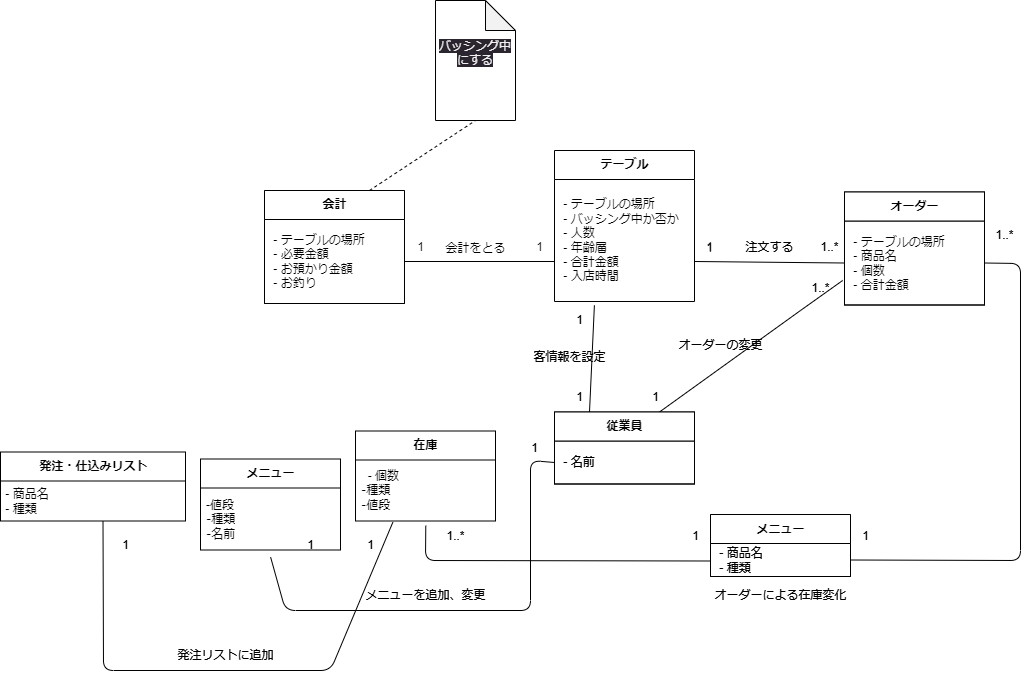
The draw.io diagram psp4/クラス図/クラス図_統合版.drawio.png in MasakiHiguchi/---, before a commit. Source tidied: cells renumbered, new cells last; positions are measured from the earlier drawing's top-left corner, leaving out a move shared by most shapes.
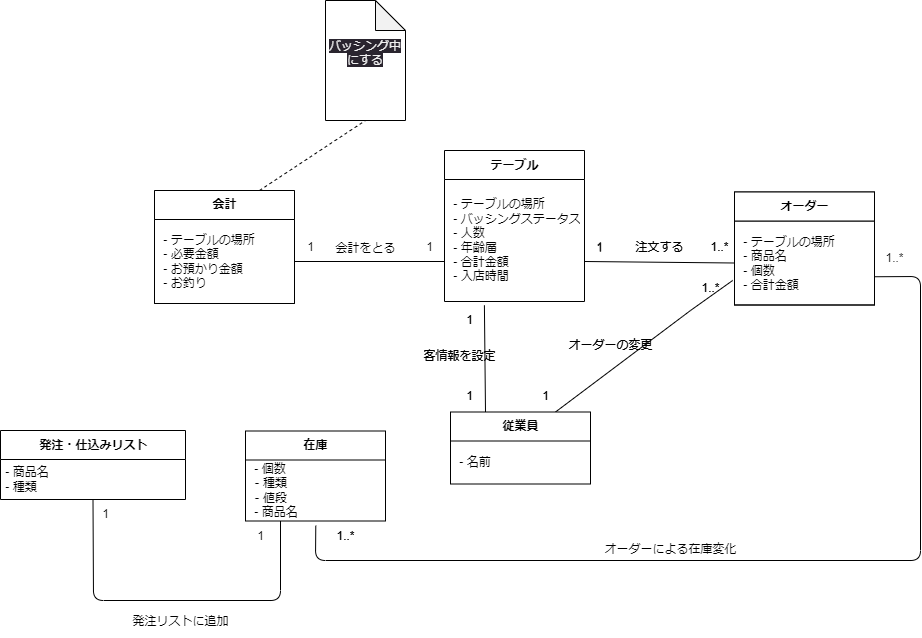
The same diagram one commit later.

The edit, as a diff of the source:
```diff
@@ -5,7 +5,7 @@
     <mxCell id="2" value="テーブル" style="swimlane;fontStyle=1;align=center;verticalAlign=middle;horizontal=1;startSize=29;html=1;" parent="1" vertex="1">
       <mxGeometry x="554" y="150" width="140" height="151" as="geometry" />
     </mxCell>
-    <mxCell id="3" value="&amp;nbsp;- テーブルの場所&lt;br&gt;&amp;nbsp;- バッシング中か否か&lt;br&gt;&amp;nbsp;- 人数&lt;br&gt;&amp;nbsp;- 年齢層&lt;br&gt;&amp;nbsp;- 合計金額&lt;br&gt;&amp;nbsp;- 入店時間" style="text;html=1;strokeColor=none;fillColor=none;align=left;verticalAlign=middle;spacingLeft=4;spacingRight=4;overflow=hidden;points=[[0,0.5],[1,0.5]];portConstraint=eastwest;" parent="2" vertex="1">
+    <mxCell id="3" value="&amp;nbsp;- テーブルの場所&lt;br&gt;&amp;nbsp;- バッシングステータス&lt;br&gt;&amp;nbsp;- 人数&lt;br&gt;&amp;nbsp;- 年齢層&lt;br&gt;&amp;nbsp;- 合計金額&lt;br&gt;&amp;nbsp;- 入店時間" style="text;html=1;strokeColor=none;fillColor=none;align=left;verticalAlign=middle;spacingLeft=4;spacingRight=4;overflow=hidden;points=[[0,0.5],[1,0.5]];portConstraint=eastwest;" parent="2" vertex="1">
       <mxGeometry y="29" width="140" height="122" as="geometry" />
     </mxCell>
     <mxCell id="4" value="オーダー" style="swimlane;fontStyle=1;align=center;verticalAlign=middle;horizontal=1;startSize=29;html=1;" parent="1" vertex="1">
@@ -35,7 +35,7 @@
       </mxGeometry>
     </mxCell>
     <mxCell id="11" value="従業員" style="swimlane;fontStyle=1;align=center;verticalAlign=middle;horizontal=1;startSize=29;html=1;" parent="1" vertex="1">
-      <mxGeometry x="554" y="411.5" width="140" height="72" as="geometry" />
+      <mxGeometry x="560" y="411.5" width="140" height="72" as="geometry" />
     </mxCell>
     <mxCell id="12" value="&amp;nbsp;- 名前" style="text;html=1;strokeColor=none;fillColor=none;align=left;verticalAlign=middle;spacingLeft=4;spacingRight=4;overflow=hidden;points=[[0,0.5],[1,0.5]];portConstraint=eastwest;" parent="11" vertex="1">
       <mxGeometry y="29" width="140" height="43" as="geometry" />
@@ -49,21 +49,6 @@
     <mxCell id="15" value="客情報を設定" style="text;html=1;align=center;verticalAlign=middle;strokeColor=none;fillColor=none;" parent="1" vertex="1">
       <mxGeometry x="519" y="341.5" width="100" height="30" as="geometry" />
     </mxCell>
-    <mxCell id="16" value="メニュー" style="swimlane;fontStyle=1;align=center;verticalAlign=middle;horizontal=1;startSize=29;html=1;" parent="1" vertex="1">
-      <mxGeometry x="200" y="458.5" width="140" height="91" as="geometry" />
-    </mxCell>
-    <mxCell id="17" value="-値段&lt;br&gt;‐種類&lt;br&gt;‐名前" style="text;html=1;strokeColor=none;fillColor=none;align=left;verticalAlign=middle;spacingLeft=4;spacingRight=4;overflow=hidden;points=[[0,0.5],[1,0.5]];portConstraint=eastwest;" parent="16" vertex="1">
-      <mxGeometry y="29" width="140" height="62" as="geometry" />
-    </mxCell>
-    <mxCell id="18" value="1" style="text;html=1;align=center;verticalAlign=middle;strokeColor=none;fillColor=none;" parent="1" vertex="1">
-      <mxGeometry x="519" y="432.5" width="30" height="30" as="geometry" />
-    </mxCell>
-    <mxCell id="19" value="1" style="text;html=1;align=center;verticalAlign=middle;strokeColor=none;fillColor=none;" parent="1" vertex="1">
-      <mxGeometry x="295" y="530" width="30" height="30" as="geometry" />
-    </mxCell>
-    <mxCell id="20" value="メニューを追加、変更" style="text;html=1;align=center;verticalAlign=middle;strokeColor=none;fillColor=none;" parent="1" vertex="1">
-      <mxGeometry x="355" y="580" width="140" height="30" as="geometry" />
-    </mxCell>
     <mxCell id="21" value="会計" style="swimlane;fontStyle=1;align=center;verticalAlign=middle;horizontal=1;startSize=29;html=1;" parent="1" vertex="1">
       <mxGeometry x="264" y="190" width="140" height="113" as="geometry" />
     </mxCell>
@@ -88,72 +73,40 @@
     <mxCell id="28" value="オーダーの変更" style="text;html=1;align=center;verticalAlign=middle;strokeColor=none;fillColor=none;" parent="1" vertex="1">
       <mxGeometry x="665" y="330" width="110" height="30" as="geometry" />
     </mxCell>
-    <mxCell id="29" value="オーダーによる在庫変化" style="text;html=1;align=center;verticalAlign=middle;strokeColor=none;fillColor=none;" parent="1" vertex="1">
-      <mxGeometry x="700" y="580" width="160" height="30" as="geometry" />
-    </mxCell>
+    <mxCell id="77" style="edgeStyle=none;html=1;exitX=0.25;exitY=1;exitDx=0;exitDy=0;entryX=0.5;entryY=1;entryDx=0;entryDy=0;endArrow=none;endFill=0;" parent="1" edge="1" source="30" target="41">
+      <mxGeometry relative="1" as="geometry">
+        <Array as="points">
+          <mxPoint x="390" y="600" />
+          <mxPoint x="203" y="600" />
+        </Array>
+      </mxGeometry>
+    </mxCell>
     <mxCell id="30" value="在庫" style="swimlane;fontStyle=1;align=center;verticalAlign=middle;horizontal=1;startSize=29;html=1;" parent="1" vertex="1">
       <mxGeometry x="355" y="430.5" width="140" height="90" as="geometry" />
     </mxCell>
-    <mxCell id="31" value="&amp;nbsp;&amp;nbsp;- 個数&lt;br&gt;‐種類&lt;br&gt;‐値段" style="text;html=1;strokeColor=none;fillColor=none;align=left;verticalAlign=middle;spacingLeft=4;spacingRight=4;overflow=hidden;points=[[0,0.5],[1,0.5]];portConstraint=eastwest;" parent="30" vertex="1">
+    <mxCell id="31" value="&amp;nbsp;- 個数&lt;br&gt;&amp;nbsp;‐ 種類&lt;br&gt;&amp;nbsp;‐ 値段&lt;br&gt;&amp;nbsp;- 商品名" style="text;html=1;strokeColor=none;fillColor=none;align=left;verticalAlign=middle;spacingLeft=4;spacingRight=4;overflow=hidden;points=[[0,0.5],[1,0.5]];portConstraint=eastwest;" parent="30" vertex="1">
       <mxGeometry y="29" width="140" height="61" as="geometry" />
     </mxCell>
-    <mxCell id="32" style="edgeStyle=none;html=1;exitX=0;exitY=0.5;exitDx=0;exitDy=0;entryX=0.501;entryY=1.117;entryDx=0;entryDy=0;entryPerimeter=0;endArrow=none;endFill=0;" parent="1" edge="1" source="12" target="17">
-      <mxGeometry relative="1" as="geometry">
-        <Array as="points">
-          <mxPoint x="530" y="460" />
-          <mxPoint x="530" y="610" />
-          <mxPoint x="285" y="610" />
-        </Array>
-      </mxGeometry>
-    </mxCell>
-    <mxCell id="33" style="edgeStyle=none;html=1;exitX=0;exitY=0.75;exitDx=0;exitDy=0;entryX=0.502;entryY=1.077;entryDx=0;entryDy=0;entryPerimeter=0;endArrow=none;endFill=0;" parent="1" edge="1" source="34" target="31">
+    <mxCell id="33" style="edgeStyle=none;html=1;exitX=1;exitY=0.75;exitDx=0;exitDy=0;entryX=0.502;entryY=1.077;entryDx=0;entryDy=0;entryPerimeter=0;endArrow=none;endFill=0;" parent="1" edge="1" source="47" target="31">
       <mxGeometry relative="1" as="geometry">
         <Array as="points">
+          <mxPoint x="1030" y="276" />
+          <mxPoint x="1030" y="560" />
           <mxPoint x="425" y="560" />
         </Array>
       </mxGeometry>
     </mxCell>
-    <mxCell id="34" value="商品（親クラス）" style="swimlane;fontStyle=1;align=center;verticalAlign=middle;horizontal=1;startSize=29;html=1;" parent="1" vertex="1">
-      <mxGeometry x="710" y="514" width="140" height="62" as="geometry" />
-    </mxCell>
-    <mxCell id="35" value="&amp;nbsp;- 商品名&lt;br&gt;&amp;nbsp;- 種類" style="text;html=1;strokeColor=none;fillColor=none;align=left;verticalAlign=middle;spacingLeft=4;spacingRight=4;overflow=hidden;points=[[0,0.5],[1,0.5]];portConstraint=eastwest;" parent="34" vertex="1">
-      <mxGeometry y="29" width="140" height="33" as="geometry" />
-    </mxCell>
-    <mxCell id="36" style="edgeStyle=none;html=1;exitX=1;exitY=0.5;exitDx=0;exitDy=0;entryX=1;entryY=0.5;entryDx=0;entryDy=0;endArrow=none;endFill=0;" parent="1" edge="1" target="35">
-      <mxGeometry relative="1" as="geometry">
-        <mxPoint x="984" y="262.5" as="sourcePoint" />
-        <Array as="points">
-          <mxPoint x="1020" y="263" />
-          <mxPoint x="1020" y="560" />
-        </Array>
-      </mxGeometry>
-    </mxCell>
-    <mxCell id="37" value="1" style="text;html=1;align=center;verticalAlign=middle;strokeColor=none;fillColor=none;" parent="1" vertex="1">
-      <mxGeometry x="850" y="520.5" width="30" height="30" as="geometry" />
-    </mxCell>
-    <mxCell id="38" value="1" style="text;html=1;align=center;verticalAlign=middle;strokeColor=none;fillColor=none;" parent="1" vertex="1">
-      <mxGeometry x="680" y="520.5" width="30" height="30" as="geometry" />
-    </mxCell>
     <mxCell id="39" value="1..*" style="text;html=1;align=center;verticalAlign=middle;strokeColor=none;fillColor=none;" parent="1" vertex="1">
       <mxGeometry x="435" y="520.5" width="40" height="30" as="geometry" />
     </mxCell>
-    <mxCell id="40" value="1..*" style="text;html=1;align=center;verticalAlign=middle;strokeColor=none;fillColor=none;" parent="1" vertex="1">
-      <mxGeometry x="984" y="220" width="40" height="30" as="geometry" />
-    </mxCell>
     <mxCell id="41" value="発注・仕込みリスト" style="swimlane;fontStyle=1;align=center;verticalAlign=middle;horizontal=1;startSize=29;html=1;" parent="1" vertex="1">
-      <mxGeometry y="451.5" width="185" height="69" as="geometry" />
+      <mxGeometry x="110" y="430" width="185" height="69" as="geometry" />
     </mxCell>
     <mxCell id="42" value="&lt;span style=&quot;&quot;&gt;&amp;nbsp;- 商品名&lt;/span&gt;&lt;br style=&quot;&quot;&gt;&lt;div style=&quot;&quot;&gt;&lt;span style=&quot;background-color: initial;&quot;&gt;&amp;nbsp;- 種類&lt;/span&gt;&lt;/div&gt;" style="text;html=1;align=left;verticalAlign=middle;strokeColor=none;fillColor=none;" parent="41" vertex="1">
       <mxGeometry y="29" width="185" height="40" as="geometry" />
     </mxCell>
-    <mxCell id="43" value="1" style="text;html=1;align=center;verticalAlign=middle;strokeColor=none;fillColor=none;" parent="1" vertex="1">
-      <mxGeometry x="110" y="530" width="30" height="30" as="geometry" />
-    </mxCell>
-    <mxCell id="44" value="1" style="text;html=1;align=center;verticalAlign=middle;strokeColor=none;fillColor=none;" parent="1" vertex="1">
-      <mxGeometry x="355" y="530" width="30" height="30" as="geometry" />
-    </mxCell>
     <mxCell id="45" value="発注リストに追加" style="text;html=1;align=center;verticalAlign=middle;strokeColor=none;fillColor=none;" parent="1" vertex="1">
-      <mxGeometry x="165" y="640" width="120" height="30" as="geometry" />
+      <mxGeometry x="230" y="606" width="120" height="30" as="geometry" />
     </mxCell>
     <mxCell id="46" style="edgeStyle=none;html=1;exitX=1;exitY=0.5;exitDx=0;exitDy=0;entryX=0;entryY=0.5;entryDx=0;entryDy=0;endArrow=none;endFill=0;" parent="1" edge="1" target="5">
       <mxGeometry relative="1" as="geometry">
@@ -172,12 +125,6 @@
     <mxCell id="50" value="注文する" style="text;html=1;align=center;verticalAlign=middle;strokeColor=none;fillColor=none;" parent="1" vertex="1">
       <mxGeometry x="734" y="231.5" width="70" height="30" as="geometry" />
     </mxCell>
-    <mxCell id="51" value="従業員" style="swimlane;fontStyle=1;align=center;verticalAlign=middle;horizontal=1;startSize=29;html=1;" parent="1" vertex="1">
-      <mxGeometry x="554" y="411.5" width="140" height="72" as="geometry" />
-    </mxCell>
-    <mxCell id="52" value="&amp;nbsp;- 名前" style="text;html=1;strokeColor=none;fillColor=none;align=left;verticalAlign=middle;spacingLeft=4;spacingRight=4;overflow=hidden;" parent="51" vertex="1">
-      <mxGeometry y="29" width="140" height="43" as="geometry" />
-    </mxCell>
     <mxCell id="53" value="1" style="text;html=1;align=center;verticalAlign=middle;strokeColor=none;fillColor=none;" parent="1" vertex="1">
       <mxGeometry x="564" y="381.5" width="30" height="30" as="geometry" />
     </mxCell>
@@ -187,15 +134,6 @@
     <mxCell id="55" value="客情報を設定" style="text;html=1;align=center;verticalAlign=middle;strokeColor=none;fillColor=none;" parent="1" vertex="1">
       <mxGeometry x="519" y="341.5" width="100" height="30" as="geometry" />
     </mxCell>
-    <mxCell id="56" value="1" style="text;html=1;align=center;verticalAlign=middle;strokeColor=none;fillColor=none;" parent="1" vertex="1">
-      <mxGeometry x="519" y="432.5" width="30" height="30" as="geometry" />
-    </mxCell>
-    <mxCell id="57" value="1" style="text;html=1;align=center;verticalAlign=middle;strokeColor=none;fillColor=none;" parent="1" vertex="1">
-      <mxGeometry x="295" y="530" width="30" height="30" as="geometry" />
-    </mxCell>
-    <mxCell id="58" value="メニューを追加、変更" style="text;html=1;align=center;verticalAlign=middle;strokeColor=none;fillColor=none;" parent="1" vertex="1">
-      <mxGeometry x="355" y="580" width="140" height="30" as="geometry" />
-    </mxCell>
     <mxCell id="59" style="edgeStyle=none;html=1;exitX=0.75;exitY=0;exitDx=0;exitDy=0;entryX=0.5;entryY=1;entryDx=0;entryDy=0;entryPerimeter=0;endArrow=none;endFill=0;dashed=1;" parent="1" edge="1" source="60" target="76">
       <mxGeometry relative="1" as="geometry" />
     </mxCell>
@@ -218,45 +156,20 @@
       <mxGeometry x="665" y="330" width="110" height="30" as="geometry" />
     </mxCell>
     <mxCell id="65" value="オーダーによる在庫変化" style="text;html=1;align=center;verticalAlign=middle;strokeColor=none;fillColor=none;" parent="1" vertex="1">
-      <mxGeometry x="700" y="580" width="160" height="30" as="geometry" />
+      <mxGeometry x="700" y="534" width="160" height="30" as="geometry" />
     </mxCell>
-    <mxCell id="66" value="メニュー" style="swimlane;fontStyle=1;align=center;verticalAlign=middle;horizontal=1;startSize=29;html=1;" parent="1" vertex="1">
-      <mxGeometry x="710" y="514" width="140" height="62" as="geometry" />
-    </mxCell>
-    <mxCell id="67" value="&amp;nbsp;- 商品名&lt;br&gt;&amp;nbsp;- 種類" style="text;html=1;strokeColor=none;fillColor=none;align=left;verticalAlign=middle;spacingLeft=4;spacingRight=4;overflow=hidden;" parent="66" vertex="1">
-      <mxGeometry y="29" width="140" height="33" as="geometry" />
-    </mxCell>
-    <mxCell id="68" value="1" style="text;html=1;align=center;verticalAlign=middle;strokeColor=none;fillColor=none;" parent="1" vertex="1">
-      <mxGeometry x="850" y="520.5" width="30" height="30" as="geometry" />
-    </mxCell>
-    <mxCell id="69" value="1" style="text;html=1;align=center;verticalAlign=middle;strokeColor=none;fillColor=none;" parent="1" vertex="1">
-      <mxGeometry x="680" y="520.5" width="30" height="30" as="geometry" />
-    </mxCell>
     <mxCell id="70" value="1..*" style="text;html=1;align=center;verticalAlign=middle;strokeColor=none;fillColor=none;" parent="1" vertex="1">
       <mxGeometry x="435" y="520.5" width="40" height="30" as="geometry" />
     </mxCell>
     <mxCell id="71" value="1..*" style="text;html=1;align=center;verticalAlign=middle;strokeColor=none;fillColor=none;" parent="1" vertex="1">
-      <mxGeometry x="984" y="220" width="40" height="30" as="geometry" />
+      <mxGeometry x="984" y="243" width="40" height="30" as="geometry" />
     </mxCell>
-    <mxCell id="72" style="edgeStyle=none;html=1;exitX=0.267;exitY=1.036;exitDx=0;exitDy=0;exitPerimeter=0;entryX=0.5;entryY=1;entryDx=0;entryDy=0;endArrow=none;endFill=0;" parent="1" edge="1">
-      <mxGeometry relative="1" as="geometry">
-        <mxPoint x="392.4" y="521.7" as="sourcePoint" />
-        <mxPoint x="102.5" y="520.5" as="targetPoint" />
-        <Array as="points">
-          <mxPoint x="330" y="670" />
-          <mxPoint x="103" y="670" />
-        </Array>
-      </mxGeometry>
-    </mxCell>
     <mxCell id="73" value="1" style="text;html=1;align=center;verticalAlign=middle;strokeColor=none;fillColor=none;" parent="1" vertex="1">
-      <mxGeometry x="110" y="530" width="30" height="30" as="geometry" />
+      <mxGeometry x="200" y="499" width="30" height="30" as="geometry" />
     </mxCell>
     <mxCell id="74" value="1" style="text;html=1;align=center;verticalAlign=middle;strokeColor=none;fillColor=none;" parent="1" vertex="1">
-      <mxGeometry x="355" y="530" width="30" height="30" as="geometry" />
+      <mxGeometry x="355" y="520.5" width="30" height="30" as="geometry" />
     </mxCell>
-    <mxCell id="75" value="発注リストに追加" style="text;html=1;align=center;verticalAlign=middle;strokeColor=none;fillColor=none;" parent="1" vertex="1">
-      <mxGeometry x="165" y="640" width="120" height="30" as="geometry" />
-    </mxCell>
     <mxCell id="76" value="&#10;&lt;span style=&quot;color: rgb(240, 240, 240); font-family: Helvetica; font-size: 12px; font-style: normal; font-variant-ligatures: normal; font-variant-caps: normal; font-weight: 400; letter-spacing: normal; orphans: 2; text-align: center; text-indent: 0px; text-transform: none; widows: 2; word-spacing: 0px; -webkit-text-stroke-width: 0px; background-color: rgb(42, 37, 47); text-decoration-thickness: initial; text-decoration-style: initial; text-decoration-color: initial; float: none; display: inline !important;&quot;&gt;バッシング中&lt;/span&gt;&lt;br style=&quot;border-color: rgb(0, 0, 0); color: rgb(240, 240, 240); font-family: Helvetica; font-size: 12px; font-style: normal; font-variant-ligatures: normal; font-variant-caps: normal; font-weight: 400; letter-spacing: normal; orphans: 2; text-align: center; text-indent: 0px; text-transform: none; widows: 2; word-spacing: 0px; -webkit-text-stroke-width: 0px; background-color: rgb(42, 37, 47); text-decoration-thickness: initial; text-decoration-style: initial; text-decoration-color: initial;&quot;&gt;&lt;span style=&quot;color: rgb(240, 240, 240); font-family: Helvetica; font-size: 12px; font-style: normal; font-variant-ligatures: normal; font-variant-caps: normal; font-weight: 400; letter-spacing: normal; orphans: 2; text-align: center; text-indent: 0px; text-transform: none; widows: 2; word-spacing: 0px; -webkit-text-stroke-width: 0px; background-color: rgb(42, 37, 47); text-decoration-thickness: initial; text-decoration-style: initial; text-decoration-color: initial; float: none; display: inline !important;&quot;&gt;にする&lt;/span&gt;&#10;&#10;" style="shape=note;whiteSpace=wrap;html=1;backgroundOutline=1;darkOpacity=0.05;" parent="1" vertex="1">
       <mxGeometry x="435" width="80" height="120" as="geometry" />
     </mxCell>
```
